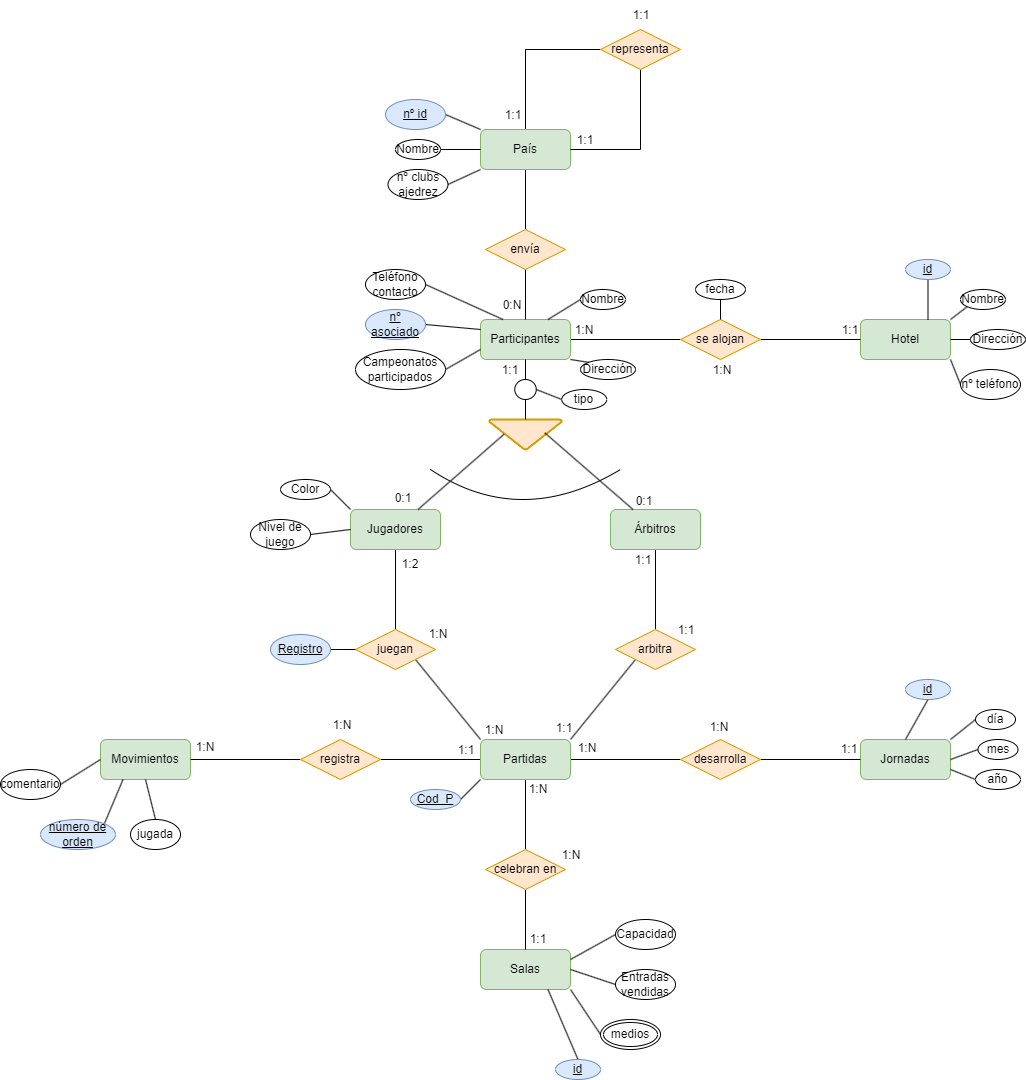
LuisMGlez/base-datos keeps this draw.io diagram as Unidad-1/Tareas/Tareas-evaluables/Tarea-evaluable-2/tarea-evaluable-2.drawio.png. Above is the earlier version. Source tidied: cells renumbered, new cells last; positions are measured from the earlier drawing's top-left corner, leaving out a move shared by most shapes.
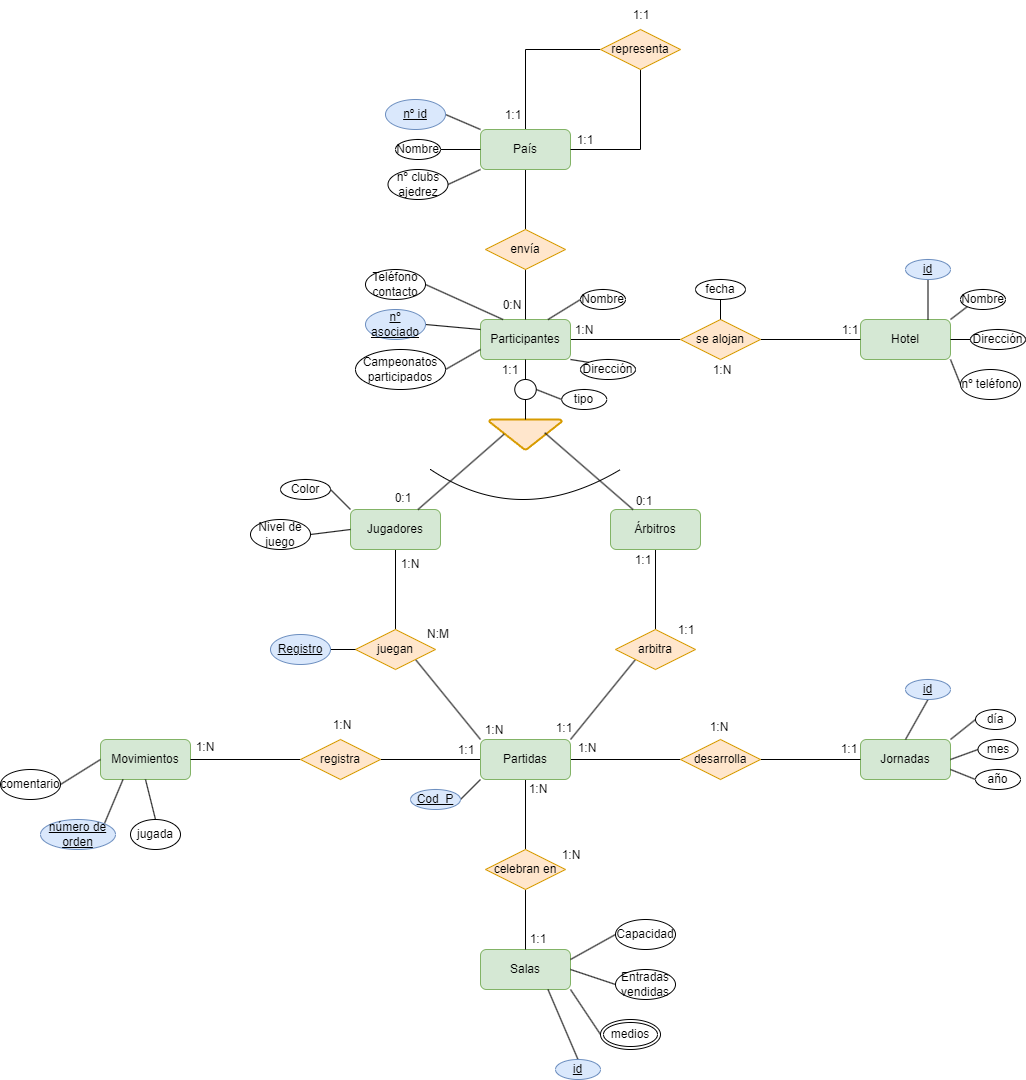
Above is the later version.

What changed in the source:
```diff
@@ -332,10 +332,10 @@
     <mxCell id="109" value="1:1" style="text;strokeColor=none;align=center;fillColor=none;html=1;verticalAlign=middle;whiteSpace=wrap;rounded=0;" parent="1" vertex="1">
       <mxGeometry x="820" y="315" width="60" height="30" as="geometry" />
     </mxCell>
-    <mxCell id="110" value="1:N" style="text;strokeColor=none;align=center;fillColor=none;html=1;verticalAlign=middle;whiteSpace=wrap;rounded=0;" parent="1" vertex="1">
+    <mxCell id="110" value="N:M" style="text;strokeColor=none;align=center;fillColor=none;html=1;verticalAlign=middle;whiteSpace=wrap;rounded=0;" parent="1" vertex="1">
       <mxGeometry x="408" y="619" width="60" height="30" as="geometry" />
     </mxCell>
-    <mxCell id="111" value="1:2" style="text;strokeColor=none;align=center;fillColor=none;html=1;verticalAlign=middle;whiteSpace=wrap;rounded=0;" parent="1" vertex="1">
+    <mxCell id="111" value="1:N" style="text;strokeColor=none;align=center;fillColor=none;html=1;verticalAlign=middle;whiteSpace=wrap;rounded=0;" parent="1" vertex="1">
       <mxGeometry x="380" y="549" width="60" height="30" as="geometry" />
     </mxCell>
     <mxCell id="112" value="1:1" style="text;strokeColor=none;align=center;fillColor=none;html=1;verticalAlign=middle;whiteSpace=wrap;rounded=0;" parent="1" vertex="1">
```
